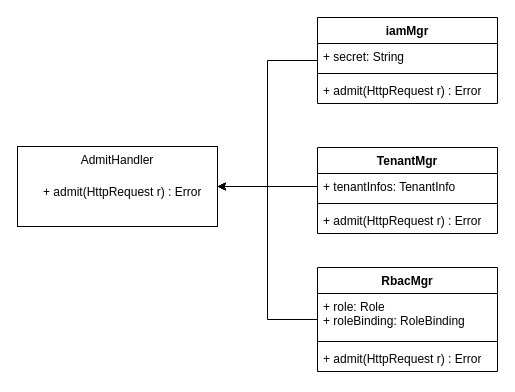
The draw.io diagram doc/images/未命名绘图.drawio in Chamberlain1998/meta-service, before the edit. Source tidied: cells renumbered, new cells numbered last; positions are measured from the earlier drawing's top-left corner, leaving out a move shared by most shapes. Both pictures are drawn from the tidied source at 100%, with x=0, y=0 at pixel (17, 17).
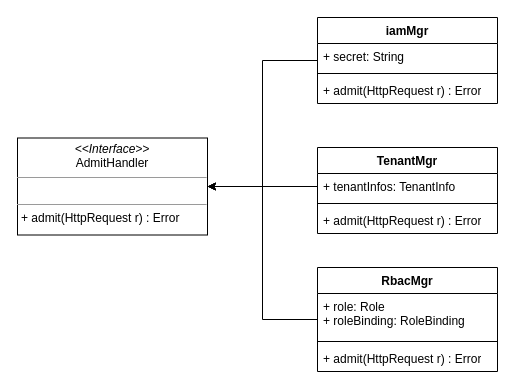
The same page after the edit.

Commit message:
更新未命名绘图.drawio

What changed in the source:
```diff
@@
 <mxGraphModel>
   <root>
     <mxCell id="0" />
     <mxCell id="1" parent="0" />
-    <mxCell id="2" value="AdmitHandler" style="html=1;whiteSpace=wrap;verticalAlign=top;" parent="1" vertex="1">
-      <mxGeometry y="129" width="200" height="80" as="geometry" />
-    </mxCell>
-    <mxCell id="3" value="+ admit(HttpRequest r) : Error" style="text;strokeColor=none;fillColor=none;align=left;verticalAlign=top;spacingLeft=4;spacingRight=4;overflow=hidden;whiteSpace=wrap;html=1;" parent="1" vertex="1">
-      <mxGeometry x="20" y="161" width="170" height="26" as="geometry" />
-    </mxCell>
-    <mxCell id="4" style="edgeStyle=orthogonalEdgeStyle;rounded=0;jettySize=auto;html=1;entryX=1;entryY=0.5;entryDx=0;entryDy=0;" parent="1" edge="1" source="5" target="2">
+    <mxCell id="4" style="edgeStyle=orthogonalEdgeStyle;rounded=0;jettySize=auto;html=1;entryX=1;entryY=0.5;entryDx=0;entryDy=0;" parent="1" edge="1" source="5" target="19">
       <mxGeometry relative="1" as="geometry" />
     </mxCell>
     <mxCell id="5" value="iamMgr" style="swimlane;fontStyle=1;align=center;verticalAlign=top;horizontal=1;startSize=26;whiteSpace=wrap;html=1;" parent="1" vertex="1">
       <mxGeometry x="300" width="180" height="86" as="geometry" />
     </mxCell>
     <mxCell id="6" value="+ secret: String" style="text;strokeColor=none;fillColor=none;align=left;verticalAlign=top;spacingLeft=4;spacingRight=4;overflow=hidden;whiteSpace=wrap;html=1;" parent="5" vertex="1">
       <mxGeometry y="26" width="180" height="26" as="geometry" />
     </mxCell>
     <mxCell id="7" style="line;strokeWidth=1;fillColor=none;align=left;verticalAlign=middle;spacingTop=-1;spacingLeft=3;spacingRight=3;labelPosition=right;strokeColor=inherit;" parent="5" vertex="1">
       <mxGeometry y="52" width="180" height="8" as="geometry" />
     </mxCell>
     <mxCell id="8" value="+ admit(HttpRequest r) : Error" style="text;strokeColor=none;fillColor=none;align=left;verticalAlign=top;spacingLeft=4;spacingRight=4;overflow=hidden;whiteSpace=wrap;html=1;" parent="5" vertex="1">
       <mxGeometry y="60" width="180" height="26" as="geometry" />
     </mxCell>
     <mxCell id="9" value="TenantMgr" style="swimlane;fontStyle=1;align=center;verticalAlign=top;horizontal=1;startSize=26;whiteSpace=wrap;html=1;" parent="1" vertex="1">
       <mxGeometry x="300" y="130" width="180" height="86" as="geometry" />
     </mxCell>
     <mxCell id="10" value="+ tenantInfos: TenantInfo" style="text;strokeColor=none;fillColor=none;align=left;verticalAlign=top;spacingLeft=4;spacingRight=4;overflow=hidden;points=[[0,0.5],[1,0.5]];portConstraint=eastwest;whiteSpace=wrap;html=1;" parent="9" vertex="1">
       <mxGeometry y="26" width="180" height="26" as="geometry" />
     </mxCell>
     <mxCell id="11" style="line;strokeWidth=1;fillColor=none;align=left;verticalAlign=middle;spacingTop=-1;spacingLeft=3;spacingRight=3;labelPosition=right;strokeColor=inherit;" parent="9" vertex="1">
       <mxGeometry y="52" width="180" height="8" as="geometry" />
     </mxCell>
     <mxCell id="12" value="+ admit(HttpRequest r) : Error" style="text;strokeColor=none;fillColor=none;align=left;verticalAlign=top;spacingLeft=4;spacingRight=4;overflow=hidden;whiteSpace=wrap;html=1;" parent="9" vertex="1">
       <mxGeometry y="60" width="180" height="26" as="geometry" />
     </mxCell>
-    <mxCell id="13" style="edgeStyle=orthogonalEdgeStyle;rounded=0;jettySize=auto;html=1;entryX=1;entryY=0.5;entryDx=0;entryDy=0;" parent="1" edge="1" source="14" target="2">
+    <mxCell id="13" style="edgeStyle=orthogonalEdgeStyle;rounded=0;jettySize=auto;html=1;entryX=1;entryY=0.5;entryDx=0;entryDy=0;" parent="1" edge="1" source="14" target="19">
       <mxGeometry relative="1" as="geometry" />
     </mxCell>
     <mxCell id="14" value="RbacMgr" style="swimlane;fontStyle=1;align=center;verticalAlign=top;horizontal=1;startSize=26;whiteSpace=wrap;html=1;" parent="1" vertex="1">
       <mxGeometry x="300" y="250" width="180" height="104" as="geometry" />
     </mxCell>
     <mxCell id="15" value="+ role: Role&lt;div&gt;+ roleBinding: RoleBinding&lt;/div&gt;" style="text;strokeColor=none;fillColor=none;align=left;verticalAlign=top;spacingLeft=4;spacingRight=4;overflow=hidden;whiteSpace=wrap;html=1;" parent="14" vertex="1">
       <mxGeometry y="26" width="180" height="44" as="geometry" />
     </mxCell>
     <mxCell id="16" style="line;strokeWidth=1;fillColor=none;align=left;verticalAlign=middle;spacingTop=-1;spacingLeft=3;spacingRight=3;labelPosition=right;strokeColor=inherit;" parent="14" vertex="1">
       <mxGeometry y="70" width="180" height="8" as="geometry" />
     </mxCell>
     <mxCell id="17" value="+ admit(HttpRequest r) : Error" style="text;strokeColor=none;fillColor=none;align=left;verticalAlign=top;spacingLeft=4;spacingRight=4;overflow=hidden;whiteSpace=wrap;html=1;" parent="14" vertex="1">
       <mxGeometry y="78" width="180" height="26" as="geometry" />
     </mxCell>
-    <mxCell id="18" style="edgeStyle=orthogonalEdgeStyle;rounded=0;jettySize=auto;html=1;entryX=1;entryY=0.5;entryDx=0;entryDy=0;exitX=0;exitY=0.5;exitDx=0;exitDy=0;" parent="1" edge="1" source="10" target="2">
+    <mxCell id="18" style="edgeStyle=orthogonalEdgeStyle;rounded=0;jettySize=auto;html=1;entryX=1;entryY=0.5;entryDx=0;entryDy=0;exitX=0;exitY=0.5;exitDx=0;exitDy=0;" parent="1" edge="1" source="10" target="19">
       <mxGeometry relative="1" as="geometry" />
     </mxCell>
+    <mxCell id="19" value="&lt;p style=&quot;margin:0px;margin-top:4px;text-align:center;&quot;&gt;&lt;i&gt;&amp;lt;&amp;lt;Interface&amp;gt;&amp;gt;&lt;/i&gt;&lt;br&gt;&lt;span style=&quot;white-space: normal;&quot;&gt;AdmitHandler&lt;/span&gt;&lt;br&gt;&lt;/p&gt;&lt;hr size=&quot;1&quot;&gt;&lt;p style=&quot;margin:0px;margin-left:4px;&quot;&gt;&lt;br&gt;&lt;/p&gt;&lt;hr size=&quot;1&quot;&gt;&lt;p style=&quot;margin:0px;margin-left:4px;&quot;&gt;&lt;span style=&quot;white-space: normal;&quot;&gt;+ admit(HttpRequest r) : Error&lt;/span&gt;&lt;br&gt;&lt;/p&gt;" style="verticalAlign=top;align=left;overflow=fill;fontSize=12;fontFamily=Helvetica;html=1;rounded=0;shadow=0;comic=0;labelBackgroundColor=none;strokeWidth=1;" parent="1" vertex="1">
+      <mxGeometry y="120.5" width="190" height="97" as="geometry" />
+    </mxCell>
   </root>
 </mxGraphModel>
```
